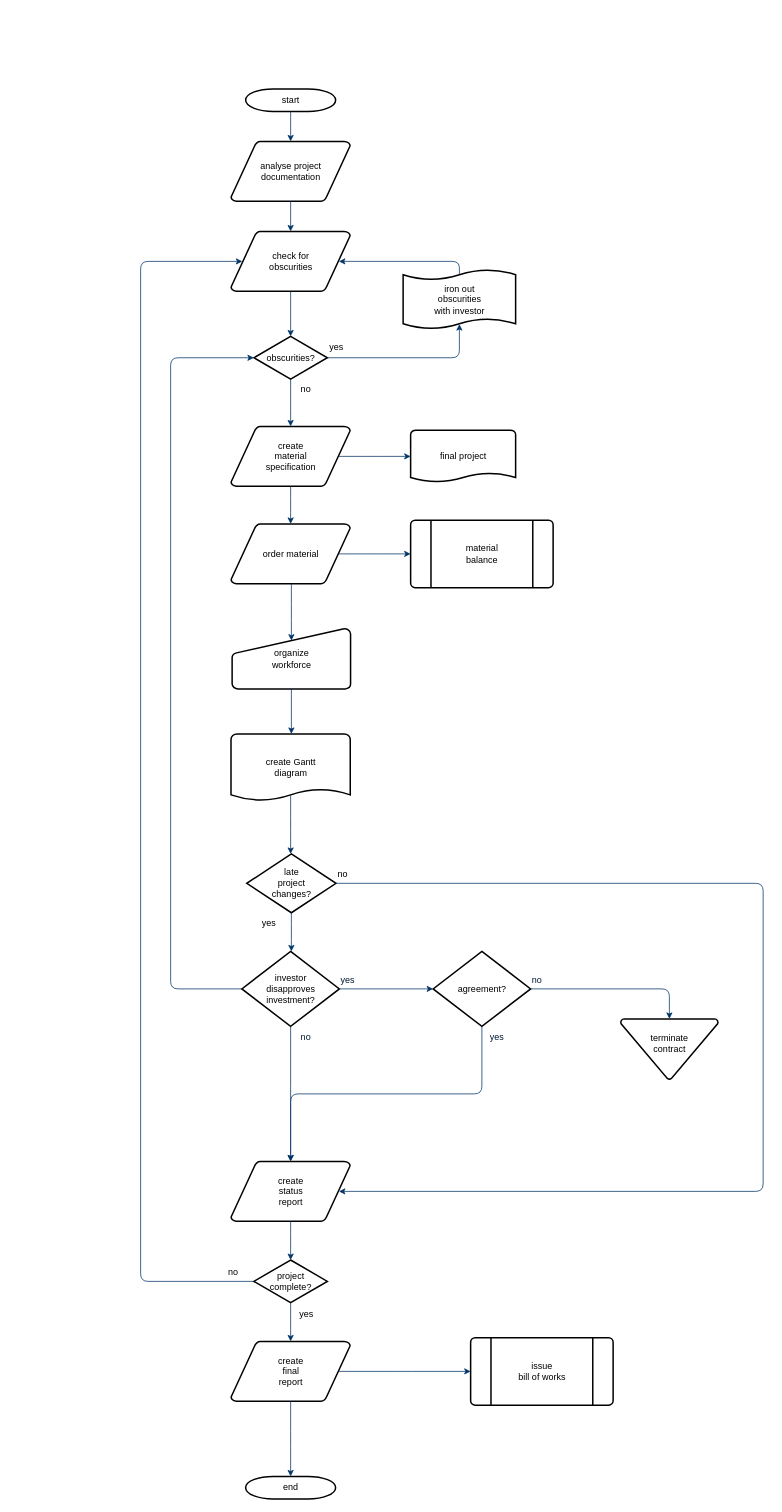
Earlier version of the draw.io diagram Lesson5.drawio (20MILLEGL/git-clone-https-github.com-scotch-io-scotch-box.git-my-project). Source tidied: cells renumbered, new cells numbered last; positions are measured from the earlier drawing's top-left corner, leaving out a move shared by most shapes. Both pictures are drawn from the tidied source at 75%, with x=0, y=0 at pixel (140, 88).
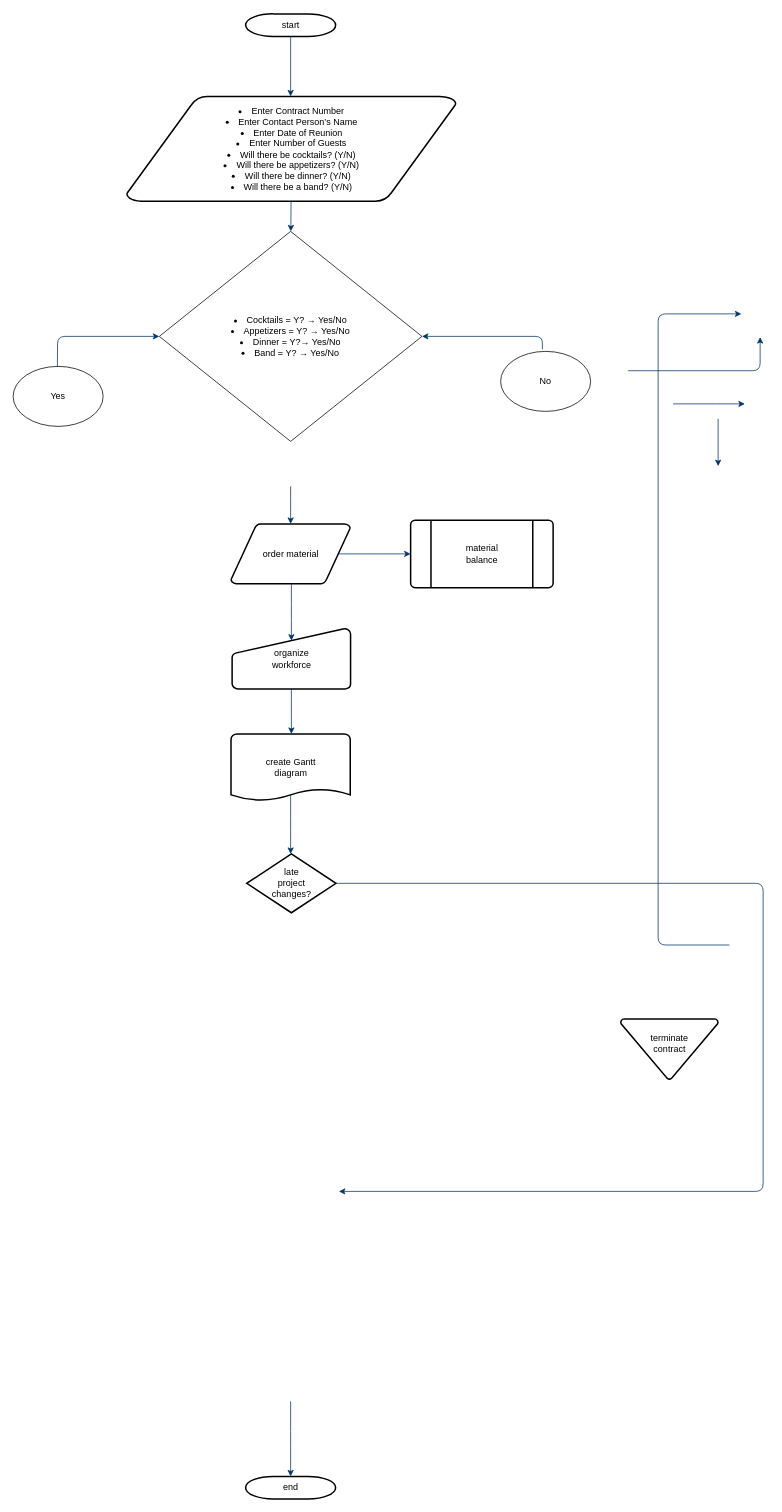
Above is the later version.

Unchanged cells that the change refers to:
```xml
<mxCell id="13" value="order material" style="shape=mxgraph.flowchart.data;strokeWidth=2;gradientColor=none;gradientDirection=north;fontStyle=0;html=1;" parent="1" vertex="1">
  <mxGeometry x="120.5" y="580" width="159" height="80" as="geometry" />
</mxCell>
<mxCell id="24" value="late&#10;project&#10;changes?" style="shape=mxgraph.flowchart.decision;strokeWidth=2;gradientColor=none;gradientDirection=north;fontStyle=0;html=1;" parent="1" vertex="1">
  <mxGeometry x="141.5" y="1020" width="119" height="78.5" as="geometry" />
</mxCell>
<mxCell id="32" value="terminate&#10;contract&#10;" style="shape=mxgraph.flowchart.merge_or_storage;strokeWidth=2;gradientColor=none;gradientDirection=north;fontStyle=0;html=1;" parent="1" vertex="1">
  <mxGeometry x="640" y="1240" width="130" height="80.5" as="geometry" />
</mxCell>
<mxCell id="40" value="end" style="shape=mxgraph.flowchart.terminator;strokeWidth=2;gradientColor=none;gradientDirection=north;fontStyle=0;html=1;" parent="1" vertex="1">
  <mxGeometry x="140" y="1850" width="120" height="30" as="geometry" />
</mxCell>
```

What changed in the source:
```diff
@@
     <mxCell id="2" value="start" style="shape=mxgraph.flowchart.terminator;strokeWidth=2;gradientColor=none;gradientDirection=north;fontStyle=0;html=1;" parent="1" vertex="1">
-      <mxGeometry x="140" width="120" height="30" as="geometry" />
+      <mxGeometry x="140" y="-100" width="120" height="30" as="geometry" />
     </mxCell>
-    <mxCell id="3" value="analyse project&#10; documentation" style="shape=mxgraph.flowchart.data;strokeWidth=2;gradientColor=none;gradientDirection=north;fontStyle=0;html=1;" parent="1" vertex="1">
-      <mxGeometry x="120.5" y="70" width="159" height="80" as="geometry" />
+    <mxCell id="3" value="&lt;li&gt;Enter Contract Number&lt;/li&gt;&lt;li&gt;Enter Contact Person’s Name&lt;/li&gt;&lt;li&gt;Enter Date of Reunion&lt;/li&gt;&lt;li&gt;Enter Number of Guests&lt;/li&gt;&lt;li&gt;Will there be cocktails? (Y/N)&lt;/li&gt;&lt;li&gt;Will there be appetizers? (Y/N)&lt;/li&gt;&lt;li&gt;Will there be dinner? (Y/N)&lt;/li&gt;&lt;li&gt;Will there be a band? (Y/N)&lt;/li&gt;" style="shape=mxgraph.flowchart.data;strokeWidth=2;gradientColor=none;gradientDirection=north;fontStyle=0;html=1;align=center;" parent="1" vertex="1">
+      <mxGeometry x="-19" y="10" width="440" height="140" as="geometry" />
     </mxCell>
-    <mxCell id="4" value="create&#10;material&#10;specification" style="shape=mxgraph.flowchart.data;strokeWidth=2;gradientColor=none;gradientDirection=north;fontStyle=0;html=1;" parent="1" vertex="1">
-      <mxGeometry x="120.5" y="450" width="159" height="80" as="geometry" />
-    </mxCell>
-    <mxCell id="5" value="check for&#10;obscurities" style="shape=mxgraph.flowchart.data;strokeWidth=2;gradientColor=none;gradientDirection=north;fontStyle=0;html=1;" parent="1" vertex="1">
-      <mxGeometry x="120.5" y="190" width="159" height="80" as="geometry" />
-    </mxCell>
-    <mxCell id="6" value="obscurities?" style="shape=mxgraph.flowchart.decision;strokeWidth=2;gradientColor=none;gradientDirection=north;fontStyle=0;html=1;" parent="1" vertex="1">
-      <mxGeometry x="151" y="330" width="98" height="57" as="geometry" />
-    </mxCell>
-    <mxCell id="7" style="fontStyle=1;strokeColor=#003366;strokeWidth=1;html=1;" parent="1" edge="1" source="2" target="3">
-      <mxGeometry relative="1" as="geometry" />
+    <mxCell id="7" style="fontStyle=1;strokeColor=#003366;strokeWidth=1;html=1;" parent="1" edge="1" source="2">
+      <mxGeometry relative="1" as="geometry">
+        <mxPoint x="200" y="10" as="targetPoint" />
+      </mxGeometry>
     </mxCell>
-    <mxCell id="8" style="fontStyle=1;strokeColor=#003366;strokeWidth=1;html=1;" parent="1" edge="1" source="3" target="5">
-      <mxGeometry relative="1" as="geometry" />
+    <mxCell id="8" style="fontStyle=1;strokeColor=#003366;strokeWidth=1;html=1;" parent="1" edge="1" source="3">
+      <mxGeometry relative="1" as="geometry">
+        <mxPoint x="200.3" y="190" as="targetPoint" />
+      </mxGeometry>
     </mxCell>
-    <mxCell id="9" style="entryX=0.5;entryY=0;entryPerimeter=0;fontStyle=1;strokeColor=#003366;strokeWidth=1;html=1;" parent="1" edge="1" source="5" target="6">
-      <mxGeometry relative="1" as="geometry" />
-    </mxCell>
-    <mxCell id="10" style="edgeStyle=elbowEdgeStyle;elbow=horizontal;entryX=0.5;entryY=0.91;entryPerimeter=0;exitX=1;exitY=0.5;exitPerimeter=0;fontStyle=1;strokeColor=#003366;strokeWidth=1;html=1;" parent="1" edge="1" source="6" target="51">
+    <mxCell id="10" style="edgeStyle=elbowEdgeStyle;elbow=horizontal;entryX=0.5;entryY=0.91;entryPerimeter=0;exitX=1;exitY=0.5;exitPerimeter=0;fontStyle=1;strokeColor=#003366;strokeWidth=1;html=1;" parent="1" edge="1">
       <mxGeometry x="381" y="28.5" as="geometry">
+        <mxPoint x="650" y="375.8" as="sourcePoint" />
+        <mxPoint x="826" y="331" as="targetPoint" />
         <Array as="points">
-          <mxPoint x="425" y="340" />
+          <mxPoint x="826" y="357.3" />
         </Array>
       </mxGeometry>
     </mxCell>
-    <mxCell id="11" value="yes" style="text;fontStyle=0;html=1;strokeColor=none;gradientColor=none;fillColor=none;strokeWidth=2;" parent="1" vertex="1">
-      <mxGeometry x="250" y="330" width="40" height="26" as="geometry" />
-    </mxCell>
-    <mxCell id="12" style="edgeStyle=elbowEdgeStyle;elbow=horizontal;fontColor=#001933;fontStyle=1;strokeColor=#003366;strokeWidth=1;html=1;" parent="1" edge="1" source="6" target="4">
-      <mxGeometry as="geometry" />
+    <mxCell id="12" style="edgeStyle=elbowEdgeStyle;elbow=horizontal;fontColor=#001933;fontStyle=1;strokeColor=#003366;strokeWidth=1;html=1;" parent="1" edge="1">
+      <mxGeometry as="geometry">
+        <mxPoint x="770" y="440" as="sourcePoint" />
+        <mxPoint x="770" y="503" as="targetPoint" />
+      </mxGeometry>
     </mxCell>
@@
-    <mxCell id="15" value="final project" style="shape=mxgraph.flowchart.document;strokeWidth=2;gradientColor=none;gradientDirection=north;fontStyle=0;html=1;" parent="1" vertex="1">
-      <mxGeometry x="360" y="455" width="140" height="70" as="geometry" />
-    </mxCell>
-    <mxCell id="16" style="edgeStyle=elbowEdgeStyle;elbow=horizontal;exitX=0.905;exitY=0.5;exitPerimeter=0;fontStyle=1;strokeColor=#003366;strokeWidth=1;html=1;" parent="1" edge="1" source="4" target="15">
-      <mxGeometry as="geometry" />
+    <mxCell id="16" style="edgeStyle=elbowEdgeStyle;elbow=horizontal;exitX=0.905;exitY=0.5;exitPerimeter=0;fontStyle=1;strokeColor=#003366;strokeWidth=1;html=1;" parent="1" edge="1">
+      <mxGeometry as="geometry">
+        <mxPoint x="710" y="420" as="sourcePoint" />
+        <mxPoint x="805.6" y="420" as="targetPoint" />
+      </mxGeometry>
     </mxCell>
-    <mxCell id="17" style="edgeStyle=elbowEdgeStyle;elbow=horizontal;fontStyle=1;strokeColor=#003366;strokeWidth=1;html=1;" parent="1" edge="1" source="4" target="13">
-      <mxGeometry as="geometry" />
+    <mxCell id="17" style="edgeStyle=elbowEdgeStyle;elbow=horizontal;fontStyle=1;strokeColor=#003366;strokeWidth=1;html=1;" parent="1" edge="1" target="13">
+      <mxGeometry as="geometry">
+        <mxPoint x="200" y="530" as="sourcePoint" />
+      </mxGeometry>
     </mxCell>
@@
-    <mxCell id="26" style="edgeStyle=elbowEdgeStyle;elbow=horizontal;exitX=0;exitY=0.5;exitPerimeter=0;entryX=0;entryY=0.5;entryPerimeter=0;fontStyle=1;strokeColor=#003366;strokeWidth=1;html=1;" parent="1" edge="1" source="28" target="6">
+    <mxCell id="26" style="edgeStyle=elbowEdgeStyle;elbow=horizontal;exitX=0;exitY=0.5;exitPerimeter=0;entryX=0;entryY=0.5;entryPerimeter=0;fontStyle=1;strokeColor=#003366;strokeWidth=1;html=1;" parent="1" edge="1">
       <mxGeometry as="geometry">
+        <mxPoint x="785" y="1141.5" as="sourcePoint" />
+        <mxPoint x="801" y="300" as="targetPoint" />
         <Array as="points">
-          <mxPoint x="40" y="790" />
+          <mxPoint x="690" y="731.5" />
         </Array>
       </mxGeometry>
     </mxCell>
-    <mxCell id="27" value="yes" style="text;fontStyle=0;html=1;strokeColor=none;gradientColor=none;fillColor=none;strokeWidth=2;" parent="1" vertex="1">
-      <mxGeometry x="160" y="1098.5" width="40" height="26" as="geometry" />
-    </mxCell>
-    <mxCell id="28" value="investor&#10;disapproves&#10; investment?" style="shape=mxgraph.flowchart.decision;strokeWidth=2;gradientColor=none;gradientDirection=north;fontStyle=0;html=1;" parent="1" vertex="1">
-      <mxGeometry x="135" y="1150" width="130" height="100" as="geometry" />
-    </mxCell>
-    <mxCell id="29" value="agreement?" style="shape=mxgraph.flowchart.decision;strokeWidth=2;gradientColor=none;gradientDirection=north;fontStyle=0;html=1;" parent="1" vertex="1">
-      <mxGeometry x="390" y="1150" width="130" height="100" as="geometry" />
-    </mxCell>
-    <mxCell id="30" style="edgeStyle=elbowEdgeStyle;elbow=horizontal;exitX=0.5;exitY=1;exitPerimeter=0;fontStyle=1;strokeColor=#003366;strokeWidth=1;html=1;" parent="1" edge="1" source="24" target="28">
-      <mxGeometry as="geometry" />
-    </mxCell>
-    <mxCell id="31" style="edgeStyle=elbowEdgeStyle;elbow=horizontal;exitX=1;exitY=0.5;exitPerimeter=0;entryX=0;entryY=0.5;entryPerimeter=0;fontStyle=1;strokeColor=#003366;strokeWidth=1;html=1;" parent="1" edge="1" source="28" target="29">
-      <mxGeometry as="geometry" />
-    </mxCell>
@@
-    <mxCell id="33" style="edgeStyle=elbowEdgeStyle;elbow=vertical;exitX=1;exitY=0.5;exitPerimeter=0;entryX=0.5;entryY=0;entryPerimeter=0;fontStyle=1;strokeColor=#003366;strokeWidth=1;html=1;" parent="1" edge="1" source="29" target="32">
-      <mxGeometry as="geometry">
-        <Array as="points">
-          <mxPoint x="620" y="1200" />
-        </Array>
-      </mxGeometry>
-    </mxCell>
-    <mxCell id="34" value="create&#10;status&#10;report" style="shape=mxgraph.flowchart.data;strokeWidth=2;gradientColor=none;gradientDirection=north;fontStyle=0;html=1;" parent="1" vertex="1">
-      <mxGeometry x="120.5" y="1430" width="159" height="80" as="geometry" />
-    </mxCell>
-    <mxCell id="35" style="edgeStyle=elbowEdgeStyle;elbow=vertical;exitX=0.5;exitY=1;exitPerimeter=0;fontColor=#001933;fontStyle=1;strokeColor=#003366;strokeWidth=1;html=1;" parent="1" edge="1" source="28" target="34">
-      <mxGeometry as="geometry" />
-    </mxCell>
-    <mxCell id="36" style="edgeStyle=elbowEdgeStyle;elbow=vertical;exitX=0.5;exitY=1;exitPerimeter=0;entryX=0.5;entryY=0;entryPerimeter=0;fontStyle=1;strokeColor=#003366;strokeWidth=1;html=1;" parent="1" edge="1" source="29" target="34">
-      <mxGeometry as="geometry" />
-    </mxCell>
-    <mxCell id="37" value="project&#10;complete?" style="shape=mxgraph.flowchart.decision;strokeWidth=2;gradientColor=none;gradientDirection=north;fontStyle=0;html=1;" parent="1" vertex="1">
-      <mxGeometry x="151" y="1561.5" width="98" height="57" as="geometry" />
-    </mxCell>
-    <mxCell id="38" value="create&#10;final&#10;report" style="shape=mxgraph.flowchart.data;strokeWidth=2;gradientColor=none;gradientDirection=north;fontStyle=0;html=1;" parent="1" vertex="1">
-      <mxGeometry x="120.5" y="1670" width="159" height="80" as="geometry" />
-    </mxCell>
-    <mxCell id="39" value="issue&#10;bill of works" style="shape=mxgraph.flowchart.predefined_process;strokeWidth=2;gradientColor=none;gradientDirection=north;fontStyle=0;html=1;" parent="1" vertex="1">
-      <mxGeometry x="440" y="1665" width="190" height="90" as="geometry" />
-    </mxCell>
@@
-    <mxCell id="41" style="edgeStyle=elbowEdgeStyle;elbow=vertical;exitX=0.5;exitY=1;exitPerimeter=0;entryX=0.5;entryY=0;entryPerimeter=0;fontStyle=1;strokeColor=#003366;strokeWidth=1;html=1;" parent="1" edge="1" source="34" target="37">
-      <mxGeometry as="geometry" />
-    </mxCell>
-    <mxCell id="42" style="edgeStyle=elbowEdgeStyle;elbow=vertical;exitX=0.5;exitY=1;exitPerimeter=0;entryX=0.5;entryY=0;entryPerimeter=0;fontStyle=1;strokeColor=#003366;strokeWidth=1;html=1;" parent="1" edge="1" source="37" target="38">
-      <mxGeometry as="geometry" />
-    </mxCell>
-    <mxCell id="43" style="edgeStyle=elbowEdgeStyle;elbow=vertical;exitX=0.5;exitY=1;exitPerimeter=0;entryX=0.5;entryY=0;entryPerimeter=0;fontStyle=1;strokeColor=#003366;strokeWidth=1;html=1;" parent="1" edge="1" source="38" target="40">
-      <mxGeometry as="geometry" />
+    <mxCell id="43" style="edgeStyle=elbowEdgeStyle;elbow=vertical;exitX=0.5;exitY=1;exitPerimeter=0;entryX=0.5;entryY=0;entryPerimeter=0;fontStyle=1;strokeColor=#003366;strokeWidth=1;html=1;" parent="1" edge="1" target="40">
+      <mxGeometry as="geometry">
+        <mxPoint x="200" y="1750" as="sourcePoint" />
+      </mxGeometry>
     </mxCell>
-    <mxCell id="44" style="edgeStyle=elbowEdgeStyle;elbow=vertical;exitX=0.905;exitY=0.5;exitPerimeter=0;entryX=0;entryY=0.5;entryPerimeter=0;fontStyle=1;strokeColor=#003366;strokeWidth=1;html=1;" parent="1" edge="1" source="38" target="39">
-      <mxGeometry as="geometry" />
-    </mxCell>
-    <mxCell id="45" style="edgeStyle=elbowEdgeStyle;elbow=horizontal;exitX=1;exitY=0.5;exitPerimeter=0;entryX=0.905;entryY=0.5;entryPerimeter=0;fontStyle=1;strokeColor=#003366;strokeWidth=1;html=1;" parent="1" edge="1" source="24" target="34">
+    <mxCell id="45" style="edgeStyle=elbowEdgeStyle;elbow=horizontal;exitX=1;exitY=0.5;exitPerimeter=0;entryX=0.905;entryY=0.5;entryPerimeter=0;fontStyle=1;strokeColor=#003366;strokeWidth=1;html=1;" parent="1" edge="1" source="24">
       <mxGeometry as="geometry">
+        <mxPoint x="264.4" y="1470" as="targetPoint" />
         <Array as="points">
           <mxPoint x="830" y="1260" />
         </Array>
       </mxGeometry>
     </mxCell>
-    <mxCell id="46" value="no" style="text;fontStyle=0;html=1;strokeColor=none;gradientColor=none;fillColor=none;strokeWidth=2;" parent="1" vertex="1">
-      <mxGeometry x="260.5" y="1033.2" width="40" height="26" as="geometry" />
-    </mxCell>
-    <mxCell id="47" value="yes" style="text;fontColor=#001933;fontStyle=0;html=1;strokeColor=none;gradientColor=none;fillColor=none;strokeWidth=2;" parent="1" vertex="1">
-      <mxGeometry x="265" y="1174" width="40" height="26" as="geometry" />
-    </mxCell>
-    <mxCell id="48" value="no" style="text;fontColor=#001933;fontStyle=0;html=1;strokeColor=none;gradientColor=none;fillColor=none;strokeWidth=2;align=center;" parent="1" vertex="1">
-      <mxGeometry x="200" y="1250" width="40" height="26" as="geometry" />
-    </mxCell>
-    <mxCell id="49" value="yes" style="text;fontColor=#001933;fontStyle=0;html=1;strokeColor=none;gradientColor=none;fillColor=none;strokeWidth=2;align=center;" parent="1" vertex="1">
-      <mxGeometry x="455" y="1250" width="40" height="26" as="geometry" />
-    </mxCell>
-    <mxCell id="50" value="no" style="text;fontColor=#001933;fontStyle=0;html=1;strokeColor=none;gradientColor=none;fillColor=none;strokeWidth=2;" parent="1" vertex="1">
-      <mxGeometry x="520" y="1174" width="40" height="26" as="geometry" />
-    </mxCell>
-    <mxCell id="51" value="iron out&#10;obscurities &#10;with investor" style="shape=mxgraph.flowchart.paper_tape;strokeWidth=2;gradientColor=none;gradientDirection=north;fontStyle=0;html=1;" parent="1" vertex="1">
-      <mxGeometry x="350" y="240" width="150" height="81" as="geometry" />
-    </mxCell>
-    <mxCell id="52" style="edgeStyle=elbowEdgeStyle;elbow=horizontal;exitX=0.5;exitY=0.09;exitPerimeter=0;entryX=0.905;entryY=0.5;entryPerimeter=0;fontStyle=1;strokeColor=#003366;strokeWidth=1;html=1;" parent="1" edge="1" source="51" target="5">
+    <mxCell id="52" style="edgeStyle=elbowEdgeStyle;elbow=horizontal;exitX=0.5;exitY=0.09;exitPerimeter=0;entryX=0.905;entryY=0.5;entryPerimeter=0;fontStyle=1;strokeColor=#003366;strokeWidth=1;html=1;" parent="1" edge="1">
       <mxGeometry as="geometry">
+        <mxPoint x="535.7" y="347.3" as="sourcePoint" />
+        <mxPoint x="375.1" y="330" as="targetPoint" />
         <Array as="points">
-          <mxPoint x="425" y="240" />
+          <mxPoint x="535.7" y="340" />
         </Array>
       </mxGeometry>
     </mxCell>
-    <mxCell id="53" value="yes" style="text;fontStyle=0;html=1;strokeColor=none;gradientColor=none;fillColor=none;strokeWidth=2;align=center;" parent="1" vertex="1">
-      <mxGeometry x="201" y="1620" width="40" height="26" as="geometry" />
-    </mxCell>
-    <mxCell id="54" style="edgeStyle=elbowEdgeStyle;elbow=horizontal;exitX=0;exitY=0.5;exitPerimeter=0;entryX=0.095;entryY=0.5;entryPerimeter=0;fontStyle=1;strokeColor=#003366;strokeWidth=1;html=1;" parent="1" edge="1" source="37" target="5">
+    <mxCell id="54" style="edgeStyle=elbowEdgeStyle;elbow=horizontal;entryX=0.095;entryY=0.5;entryPerimeter=0;fontStyle=1;strokeColor=#003366;strokeWidth=1;html=1;" parent="1" edge="1">
       <mxGeometry as="geometry">
+        <mxPoint x="-111" y="370" as="sourcePoint" />
+        <mxPoint x="24.9" y="330" as="targetPoint" />
         <Array as="points">
-          <mxPoint y="910" />
+          <mxPoint x="-110.7" y="1010" />
         </Array>
       </mxGeometry>
     </mxCell>
-    <mxCell id="55" value="no" style="text;fontStyle=0;html=1;strokeColor=none;gradientColor=none;fillColor=none;strokeWidth=2;" parent="1" vertex="1">
-      <mxGeometry x="115" y="1564" width="40" height="26" as="geometry" />
-    </mxCell>
+    <mxCell id="56" value="&lt;br&gt;&lt;li&gt;Cocktails = Y? → Yes/No&lt;/li&gt;&lt;li&gt;Appetizers = Y? → Yes/No&lt;/li&gt;&lt;li&gt;Dinner = Y?→ Yes/No&lt;/li&gt;&lt;li&gt;Band = Y? → Yes/No&lt;/li&gt;&lt;div&gt;&lt;br/&gt;&lt;/div&gt;" style="rhombus;whiteSpace=wrap;html=1;" parent="1" vertex="1">
+      <mxGeometry x="24.9" y="190" width="350.2" height="280" as="geometry" />
+    </mxCell>
+    <mxCell id="57" value="No" style="ellipse;whiteSpace=wrap;html=1;" parent="1" vertex="1">
+      <mxGeometry x="480" y="350" width="120" height="80" as="geometry" />
+    </mxCell>
+    <mxCell id="58" value="Yes" style="ellipse;whiteSpace=wrap;html=1;" parent="1" vertex="1">
+      <mxGeometry x="-170" y="370" width="120" height="80" as="geometry" />
+    </mxCell>
```
